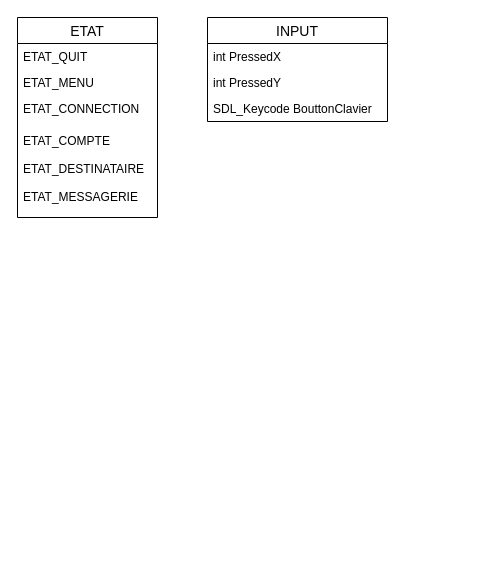
The draw.io diagram page "Variable et Structures" (6 of 6) of AffichageBottle.drawio in lucasmaisonnave/BottleV2, before the edit. Source tidied: cells renumbered, new cells numbered last; positions are measured from the earlier drawing's top-left corner, leaving out a move shared by most shapes. Both pictures are drawn from the tidied source at 100%, with x=0, y=0 at pixel (17, 17).
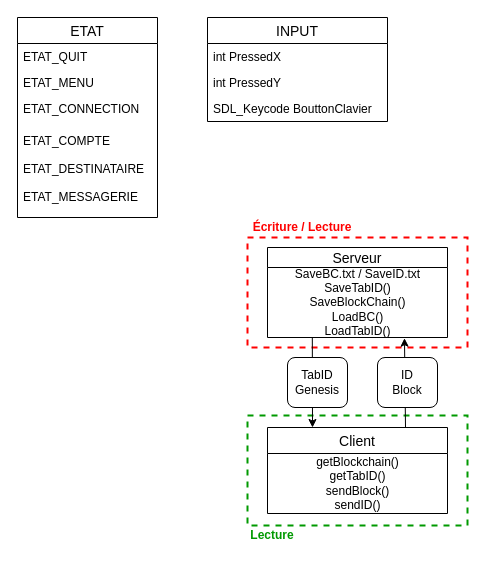
After the change.

The edit, as a diff of the source:
```diff
@@
+    <mxCell id="12" style="rounded=0;whiteSpace=wrap;html=1;fillColor=none;dashed=1;strokeWidth=2;strokeColor=#009900;" parent="1" vertex="1">
+      <mxGeometry x="230" y="398" width="220" height="110" as="geometry" />
+    </mxCell>
+    <mxCell id="13" style="rounded=0;whiteSpace=wrap;html=1;fillColor=none;dashed=1;strokeWidth=2;strokeColor=#FF0000;" parent="1" vertex="1">
+      <mxGeometry x="230" y="220" width="220" height="110" as="geometry" />
+    </mxCell>
@@
+    <mxCell id="14" style="endArrow=classic;html=1;entryX=0.25;entryY=0;entryDx=0;entryDy=0;exitX=0.249;exitY=1;exitDx=0;exitDy=0;exitPerimeter=0;" parent="1" edge="1" source="21" target="15">
+      <mxGeometry relative="1" as="geometry" />
+    </mxCell>
+    <mxCell id="15" value="Client" style="swimlane;fontStyle=0;horizontal=1;startSize=26;align=center;fontSize=14;fillColor=none;gradientColor=none;" parent="1" vertex="1">
+      <mxGeometry x="250" y="410" width="180" height="86" as="geometry" />
+    </mxCell>
+    <mxCell id="16" value="getBlockchain()&lt;br&gt;getTabID()&lt;br&gt;sendBlock()&lt;br&gt;sendID()" style="text;html=1;align=center;verticalAlign=middle;" parent="15" vertex="1">
+      <mxGeometry y="26" width="180" height="60" as="geometry" />
+    </mxCell>
+    <mxCell id="17" style="endArrow=classic;html=1;entryX=0.761;entryY=1.01;entryDx=0;entryDy=0;entryPerimeter=0;" parent="1" edge="1" target="21">
+      <mxGeometry relative="1" as="geometry">
+        <mxPoint x="388" y="410" as="sourcePoint" />
+      </mxGeometry>
+    </mxCell>
+    <mxCell id="18" value="TabID&lt;br&gt;Genesis" style="rounded=1;whiteSpace=wrap;html=1;fillColor=#ffffff;" parent="1" vertex="1">
+      <mxGeometry x="270" y="340" width="60" height="50" as="geometry" />
+    </mxCell>
+    <mxCell id="19" value="ID&lt;br&gt;Block" style="rounded=1;whiteSpace=wrap;html=1;fillColor=#ffffff;" parent="1" vertex="1">
+      <mxGeometry x="360" y="340" width="60" height="50" as="geometry" />
+    </mxCell>
+    <mxCell id="20" value="Serveur" style="swimlane;fontStyle=0;horizontal=1;startSize=20;align=center;fontSize=14;fillColor=none;gradientColor=none;" parent="1" vertex="1">
+      <mxGeometry x="250" y="230" width="180" height="90" as="geometry" />
+    </mxCell>
+    <mxCell id="21" value="SaveBC.txt / SaveID.txt&lt;br&gt;SaveTabID()&lt;br&gt;SaveBlockChain()&lt;br&gt;LoadBC()&lt;br&gt;LoadTabID()" style="text;html=1;align=center;verticalAlign=middle;points=[];" parent="20" vertex="1">
+      <mxGeometry y="20" width="180" height="70" as="geometry" />
+    </mxCell>
+    <mxCell id="22" value="Écriture / Lecture" style="text;html=1;strokeColor=none;fillColor=none;align=center;verticalAlign=middle;whiteSpace=wrap;rounded=0;dashed=1;fontColor=#FF0000;fontStyle=1;" parent="1" vertex="1">
+      <mxGeometry x="230" y="200" width="110" height="20" as="geometry" />
+    </mxCell>
+    <mxCell id="23" value="&lt;font color=&quot;#009900&quot;&gt;Lecture&lt;/font&gt;" style="text;html=1;strokeColor=none;fillColor=none;align=center;verticalAlign=middle;whiteSpace=wrap;rounded=0;dashed=1;fontColor=#FF0000;fontStyle=1;" parent="1" vertex="1">
+      <mxGeometry x="230" y="508" width="50" height="20" as="geometry" />
+    </mxCell>
```
